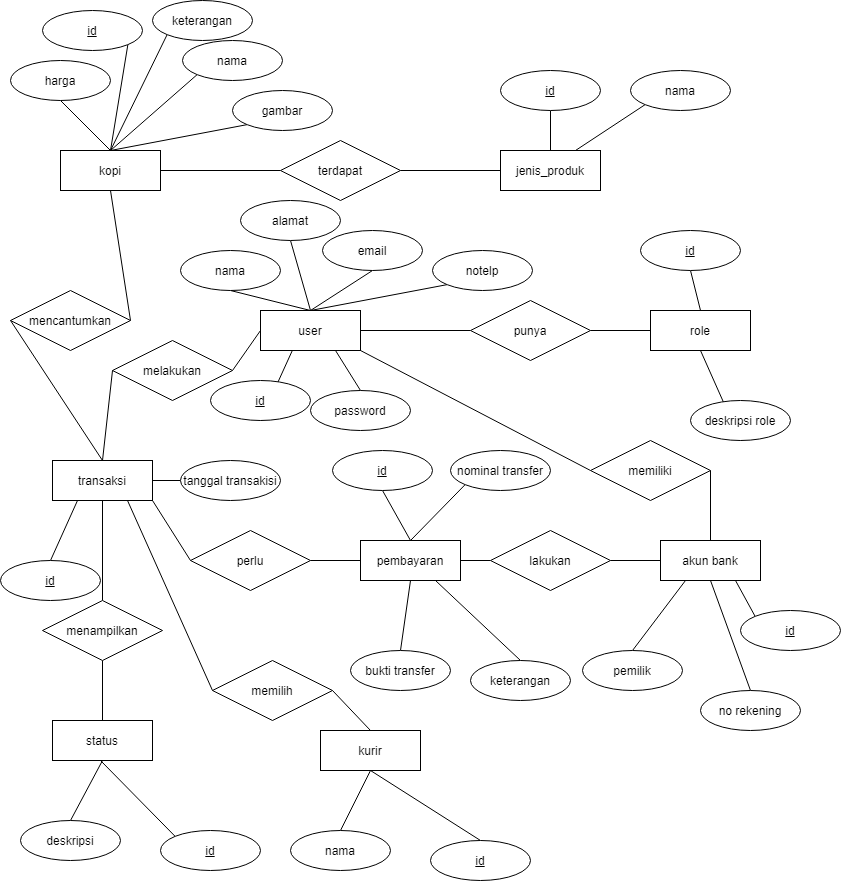
Above: Diagram erd.png in AdityaManggala/07224_TA_Ngopee (draw.io), before the change. Source tidied: cells renumbered, new cells last; positions are measured from the earlier drawing's top-left corner, leaving out a move shared by most shapes.
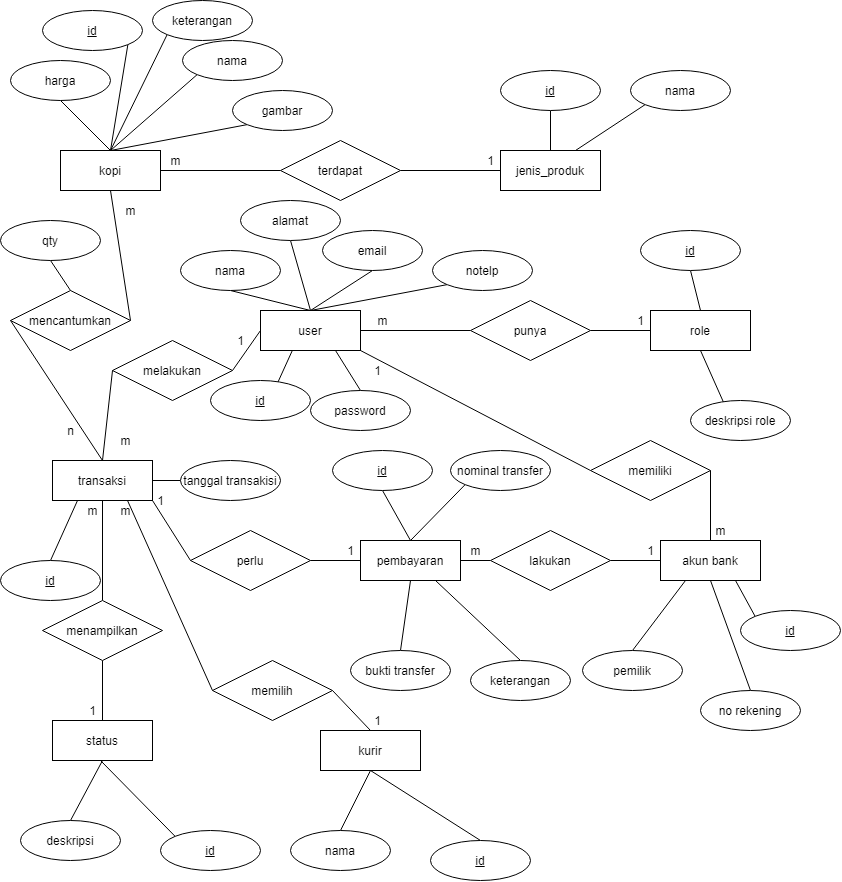
The same file after the commit.

What changed in the source:
```diff
@@ -280,5 +280,65 @@
     <mxCell id="93" value="melakukan" style="shape=rhombus;perimeter=rhombusPerimeter;whiteSpace=wrap;html=1;align=center;" parent="1" vertex="1">
       <mxGeometry x="112" y="340" width="120" height="60" as="geometry" />
     </mxCell>
+    <mxCell id="94" style="edgeStyle=none;rounded=0;jettySize=auto;html=1;exitX=0.5;exitY=1;exitDx=0;exitDy=0;entryX=0.5;entryY=0;entryDx=0;entryDy=0;endArrow=none;endFill=0;" parent="1" edge="1" source="95" target="91">
+      <mxGeometry relative="1" as="geometry" />
+    </mxCell>
+    <mxCell id="95" value="qty" style="ellipse;whiteSpace=wrap;html=1;align=center;" parent="1" vertex="1">
+      <mxGeometry y="220" width="100" height="40" as="geometry" />
+    </mxCell>
+    <mxCell id="96" value="m" style="text;html=1;align=center;verticalAlign=middle;strokeColor=none;" parent="1" vertex="1">
+      <mxGeometry x="115" y="200" width="30" height="20" as="geometry" />
+    </mxCell>
+    <mxCell id="97" value="n" style="text;html=1;align=center;verticalAlign=middle;strokeColor=none;" parent="1" vertex="1">
+      <mxGeometry x="60" y="420" width="20" height="20" as="geometry" />
+    </mxCell>
+    <mxCell id="98" value="m" style="text;html=1;align=center;verticalAlign=middle;strokeColor=none;" parent="1" vertex="1">
+      <mxGeometry x="110" y="430" width="30" height="20" as="geometry" />
+    </mxCell>
+    <mxCell id="99" value="1" style="text;html=1;align=center;verticalAlign=middle;strokeColor=none;" parent="1" vertex="1">
+      <mxGeometry x="230" y="330" width="20" height="20" as="geometry" />
+    </mxCell>
+    <mxCell id="100" value="m" style="text;html=1;align=center;verticalAlign=middle;strokeColor=none;" parent="1" vertex="1">
+      <mxGeometry x="367" y="310" width="30" height="20" as="geometry" />
+    </mxCell>
+    <mxCell id="101" value="1" style="text;html=1;align=center;verticalAlign=middle;strokeColor=none;" parent="1" vertex="1">
+      <mxGeometry x="630" y="310" width="20" height="20" as="geometry" />
+    </mxCell>
+    <mxCell id="102" value="m" style="text;html=1;align=center;verticalAlign=middle;strokeColor=none;" parent="1" vertex="1">
+      <mxGeometry x="160" y="150" width="30" height="20" as="geometry" />
+    </mxCell>
+    <mxCell id="103" value="1" style="text;html=1;align=center;verticalAlign=middle;strokeColor=none;" parent="1" vertex="1">
+      <mxGeometry x="480" y="150" width="20" height="20" as="geometry" />
+    </mxCell>
+    <mxCell id="104" value="1" style="text;html=1;align=center;verticalAlign=middle;strokeColor=none;" parent="1" vertex="1">
+      <mxGeometry x="367" y="360" width="20" height="20" as="geometry" />
+    </mxCell>
+    <mxCell id="105" value="m" style="text;html=1;align=center;verticalAlign=middle;strokeColor=none;" parent="1" vertex="1">
+      <mxGeometry x="705" y="520" width="30" height="20" as="geometry" />
+    </mxCell>
+    <mxCell id="106" value="1" style="text;html=1;align=center;verticalAlign=middle;strokeColor=none;" parent="1" vertex="1">
+      <mxGeometry x="640" y="540" width="20" height="20" as="geometry" />
+    </mxCell>
+    <mxCell id="107" value="m" style="text;html=1;align=center;verticalAlign=middle;strokeColor=none;" parent="1" vertex="1">
+      <mxGeometry x="460" y="540" width="30" height="20" as="geometry" />
+    </mxCell>
+    <mxCell id="108" value="1" style="text;html=1;align=center;verticalAlign=middle;strokeColor=none;" parent="1" vertex="1">
+      <mxGeometry x="150" y="490" width="20" height="20" as="geometry" />
+    </mxCell>
+    <mxCell id="109" value="1" style="text;html=1;align=center;verticalAlign=middle;strokeColor=none;" parent="1" vertex="1">
+      <mxGeometry x="340" y="540" width="20" height="20" as="geometry" />
+    </mxCell>
+    <mxCell id="110" value="m" style="text;html=1;align=center;verticalAlign=middle;strokeColor=none;" parent="1" vertex="1">
+      <mxGeometry x="77" y="500" width="30" height="20" as="geometry" />
+    </mxCell>
+    <mxCell id="111" value="1" style="text;html=1;align=center;verticalAlign=middle;strokeColor=none;" parent="1" vertex="1">
+      <mxGeometry x="82" y="700" width="20" height="20" as="geometry" />
+    </mxCell>
+    <mxCell id="112" value="1" style="text;html=1;align=center;verticalAlign=middle;strokeColor=none;" parent="1" vertex="1">
+      <mxGeometry x="367" y="710" width="20" height="20" as="geometry" />
+    </mxCell>
+    <mxCell id="113" value="m" style="text;html=1;align=center;verticalAlign=middle;strokeColor=none;" parent="1" vertex="1">
+      <mxGeometry x="110" y="500" width="30" height="20" as="geometry" />
+    </mxCell>
   </root>
 </mxGraphModel>
```
